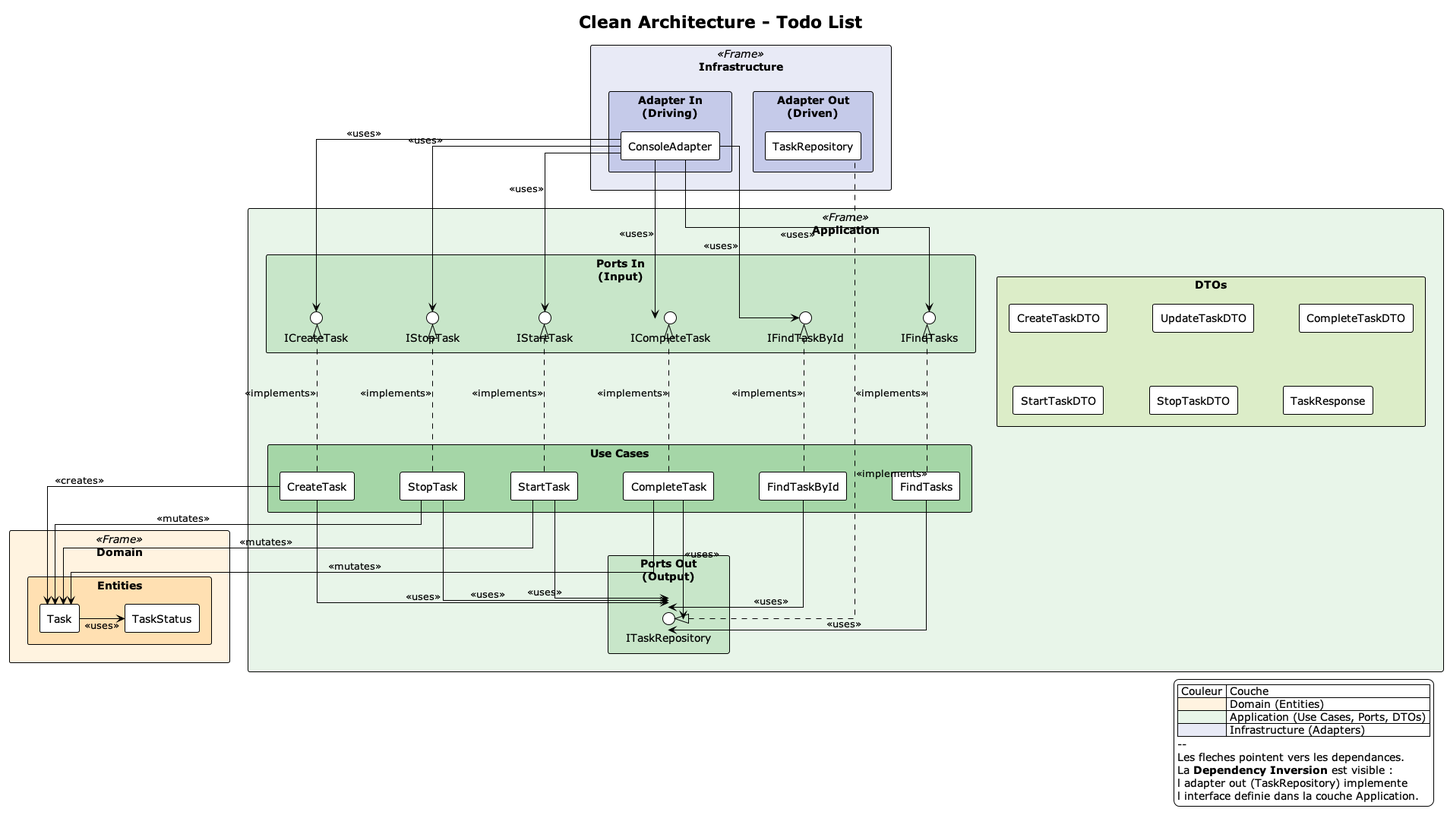
This is uml/architecture.png from shrp777/yet-another-todolist-clean-architecture, a PlantUML export, as it was before one commit.
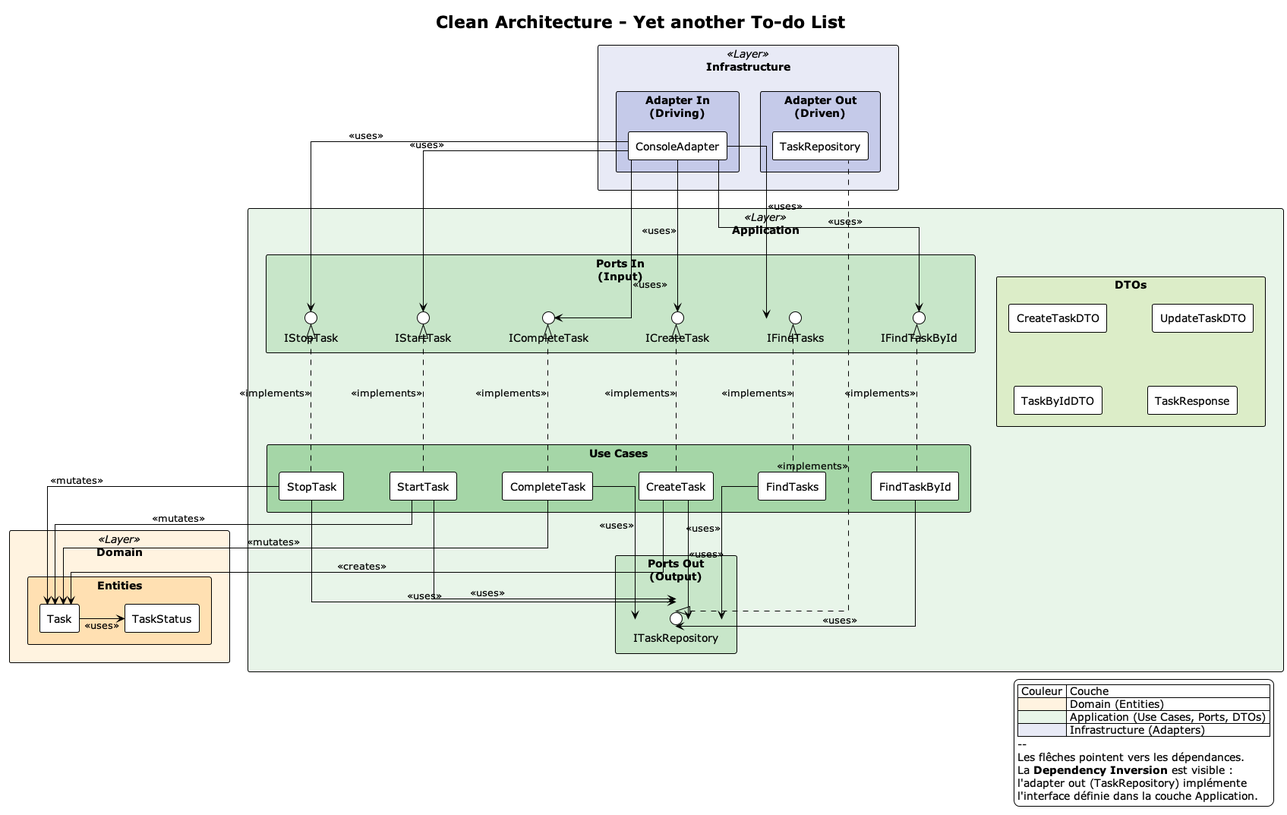
The same diagram one commit later.

Change to the diagram source:
```diff
@@ -6,9 +6,9 @@
 skinparam nodesep 60
 skinparam ranksep 60
 
-title Clean Architecture - Todo List
+title Clean Architecture - Yet another To-do List
 
-package "Infrastructure" as infra <<Frame>> #E8EAF6 {
+package "Infrastructure" as infra <<Layer>> #E8EAF6 {
 
   package "Adapter In\n(Driving)" as adapterIn #C5CAE9 {
     [ConsoleAdapter] as console
@@ -19,7 +19,7 @@
   }
 }
 
-package "Application" as app <<Frame>> #E8F5E9 {
+package "Application" as app <<Layer>> #E8F5E9 {
 
   package "Ports In\n(Input)" as portsIn #C8E6C9 {
     interface ICreateTask
@@ -46,14 +46,12 @@
   package "DTOs" as dtos #DCEDC8 {
     [CreateTaskDTO]
     [UpdateTaskDTO]
-    [CompleteTaskDTO]
-    [StartTaskDTO]
-    [StopTaskDTO]
+    [TaskByIdDTO]
     [TaskResponse]
   }
 }
 
-package "Domain" as domain <<Frame>> #FFF3E0 {
+package "Domain" as domain <<Layer>> #FFF3E0 {
   package "Entities" as entities #FFE0B2 {
     [Task] as task
     [TaskStatus] as status
@@ -97,10 +95,10 @@
   |<#E8F5E9>| Application (Use Cases, Ports, DTOs) |
   |<#E8EAF6>| Infrastructure (Adapters) |
   --
-  Les fleches pointent vers les dependances.
+  Les flêches pointent vers les dépendances.
   La **Dependency Inversion** est visible :
-  l adapter out (TaskRepository) implemente
-  l interface definie dans la couche Application.
+  l'adapter out (TaskRepository) implémente
+  l'interface définie dans la couche Application.
 end legend
 
 @enduml
```
